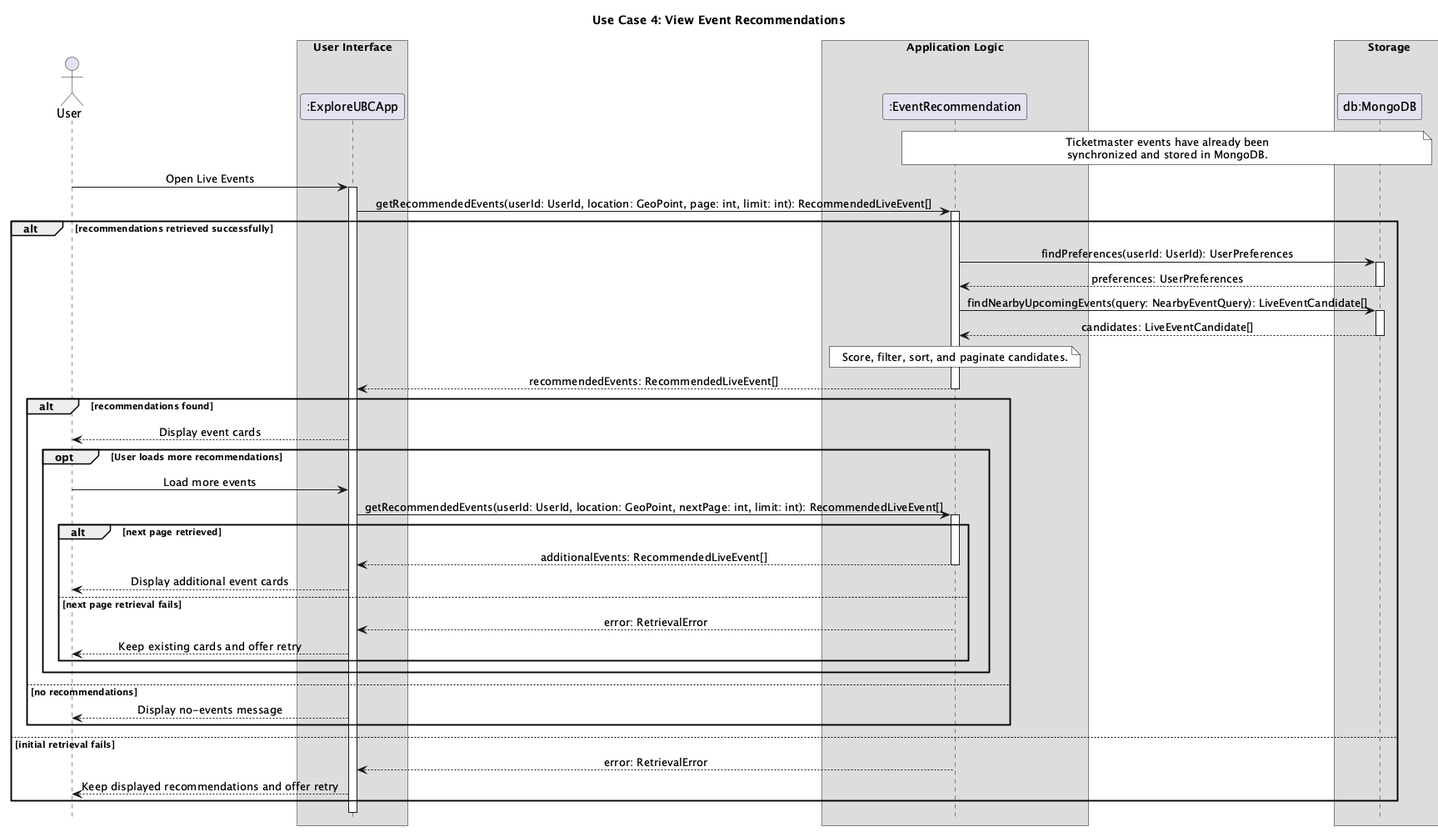
The PlantUML diagram documentation/images/view_events_seq_diagram.png in UBC-CPEN-V-321/W2026, before a commit.
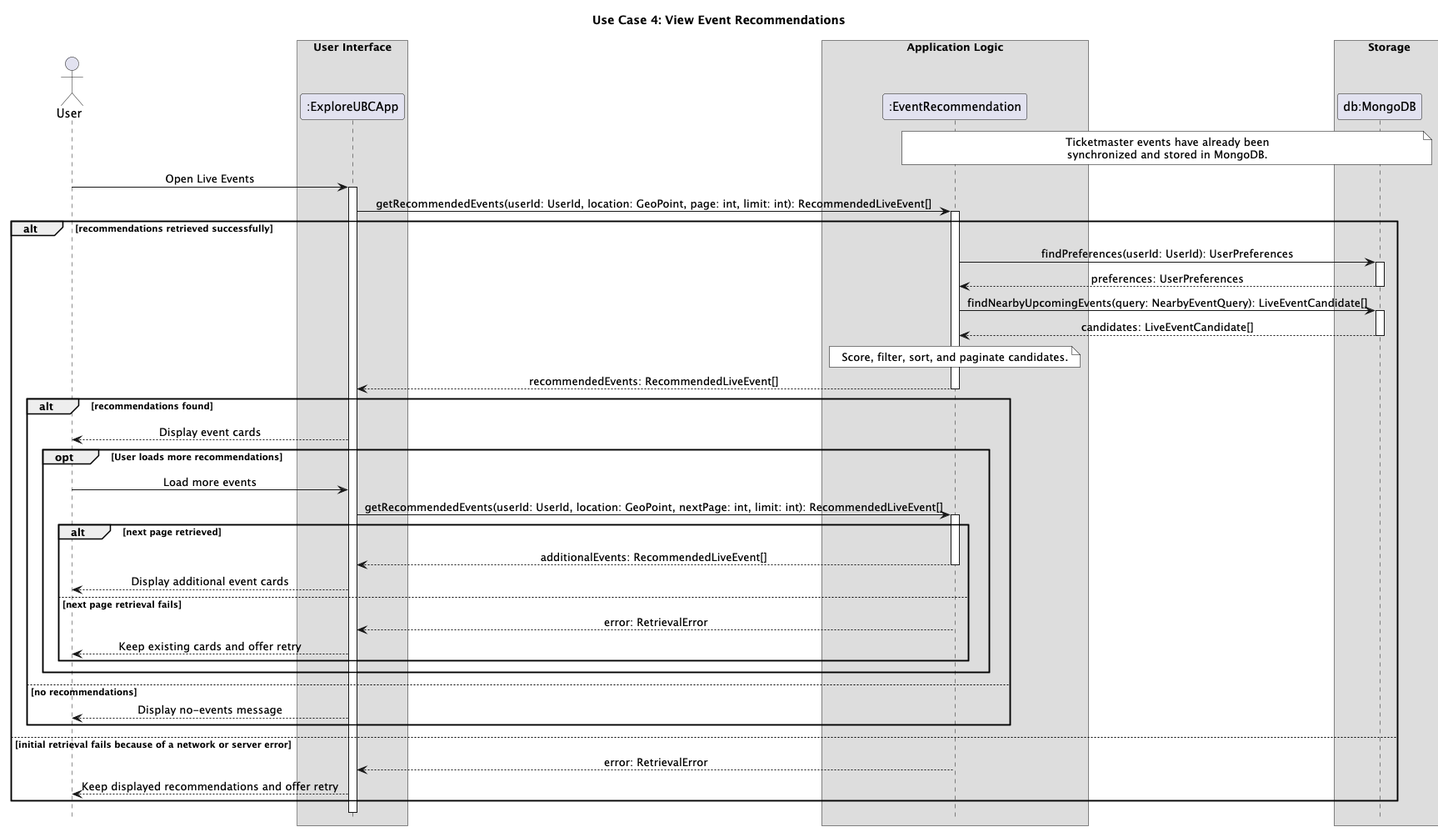
Above is the later version.

The edit, as a diff of the source:
```diff
@@ -76,7 +76,7 @@
     else no recommendations
         App --> User : Display no-events message
     end
-else initial retrieval fails
+else initial retrieval fails because of a network or server error
     EventRecommendation --> App : error: RetrievalError
     deactivate EventRecommendation
     App --> User : Keep displayed recommendations and offer retry
```
